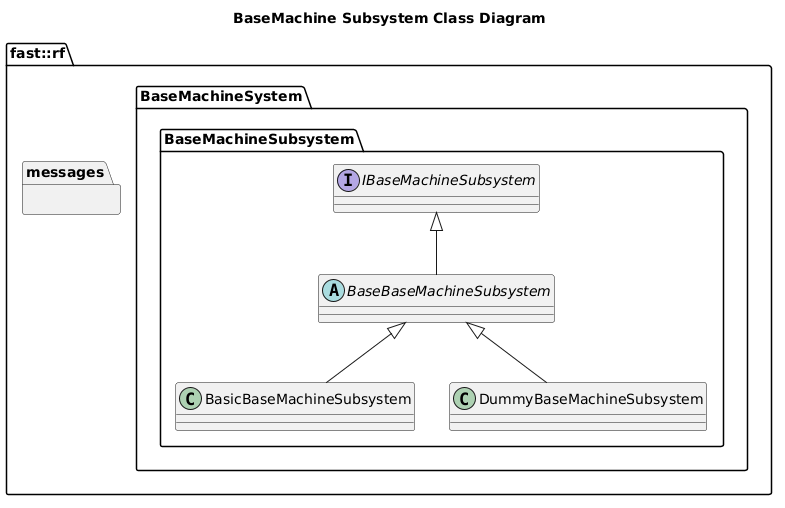
The PlantUML diagram Systems/BaseMachine/Subsystems/BaseMachine/doc/puml/BaseMachineSubsystemClassDiagram.png in fastrobotics/robot_framework, before a commit. Its diagram source:
```plantuml
@startuml
title BaseMachine Subsystem Class Diagram
namespace fast::rf {
  namespace messages {
  }
  namespace BaseMachineSystem {
    namespace BaseMachineSubsystem {
      interface IBaseMachineSubsystem {

      }
      abstract BaseBaseMachineSubsystem {

      }
      BaseBaseMachineSubsystem -up-|> IBaseMachineSubsystem
      class BasicBaseMachineSubsystem {
      }
      BasicBaseMachineSubsystem -up-|> BaseBaseMachineSubsystem
      class DummyBaseMachineSubsystem {
      }
      DummyBaseMachineSubsystem -up-|> BaseBaseMachineSubsystem
    }
  }
}
@enduml
```
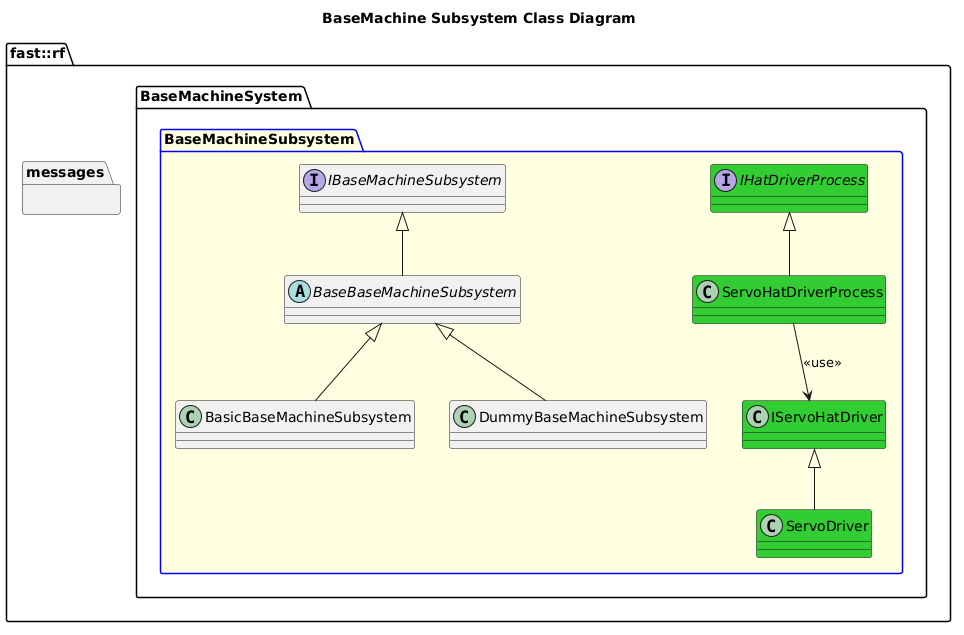
The same file after the commit.

The edit, as a diff of the source:
```diff
@@ -4,7 +4,7 @@
   namespace messages {
   }
   namespace BaseMachineSystem {
-    namespace BaseMachineSubsystem {
+    package BaseMachineSubsystem #LightYellow;line:blue  {
       interface IBaseMachineSubsystem {
 
       }
@@ -18,6 +18,14 @@
       class DummyBaseMachineSubsystem {
       }
       DummyBaseMachineSubsystem -up-|> BaseBaseMachineSubsystem
+      interface IHatDriverProcess #LimeGreen
+      class ServoHatDriverProcess #LimeGreen
+      ServoHatDriverProcess -up-|> IHatDriverProcess
+      class IServoHatDriver #LimeGreen
+      class ServoDriver #LimeGreen
+      ServoDriver -up-|> IServoHatDriver
+      ServoHatDriverProcess --> IServoHatDriver: <<use>>
+
     }
   }
 }
```
